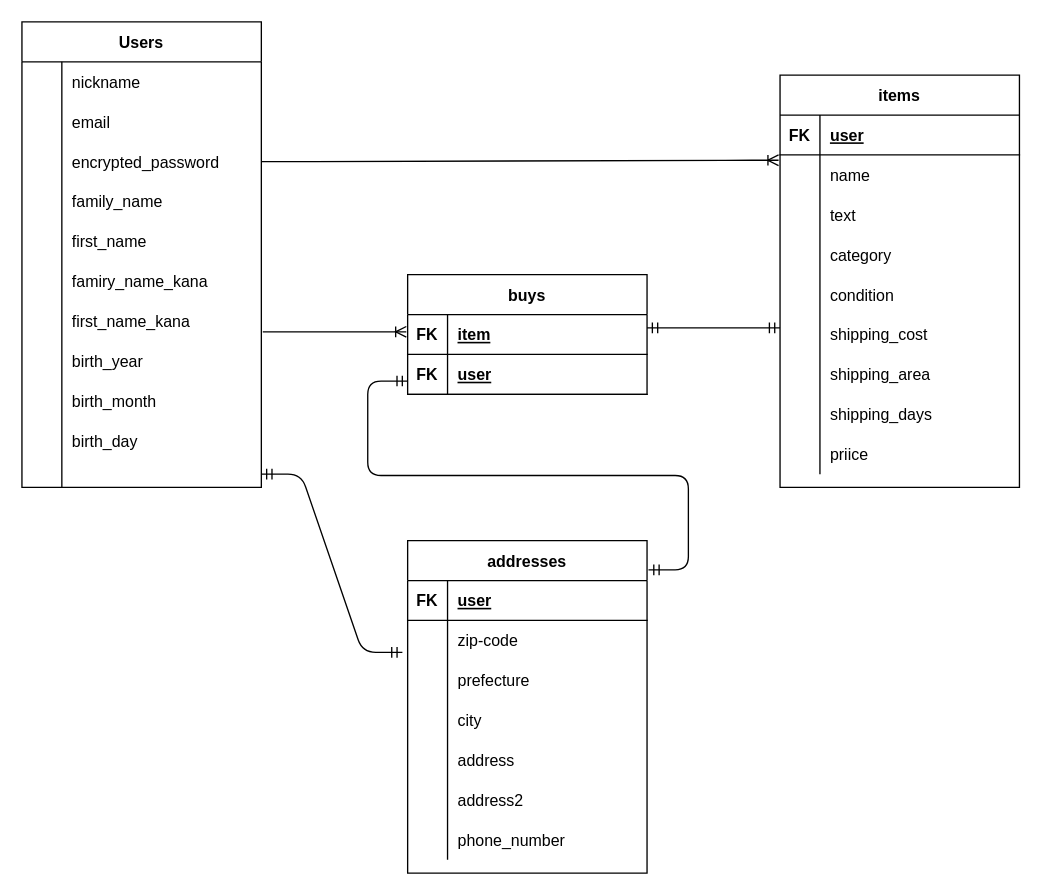
Before: furima.dio in sryuri/furima-36995, a draw.io diagram. Source tidied: cells renumbered, new cells numbered last; positions are measured from the earlier drawing's top-left corner, leaving out a move shared by most shapes. Both pictures are drawn from the tidied source at 133%, with x=0, y=0 at pixel (21, 21).
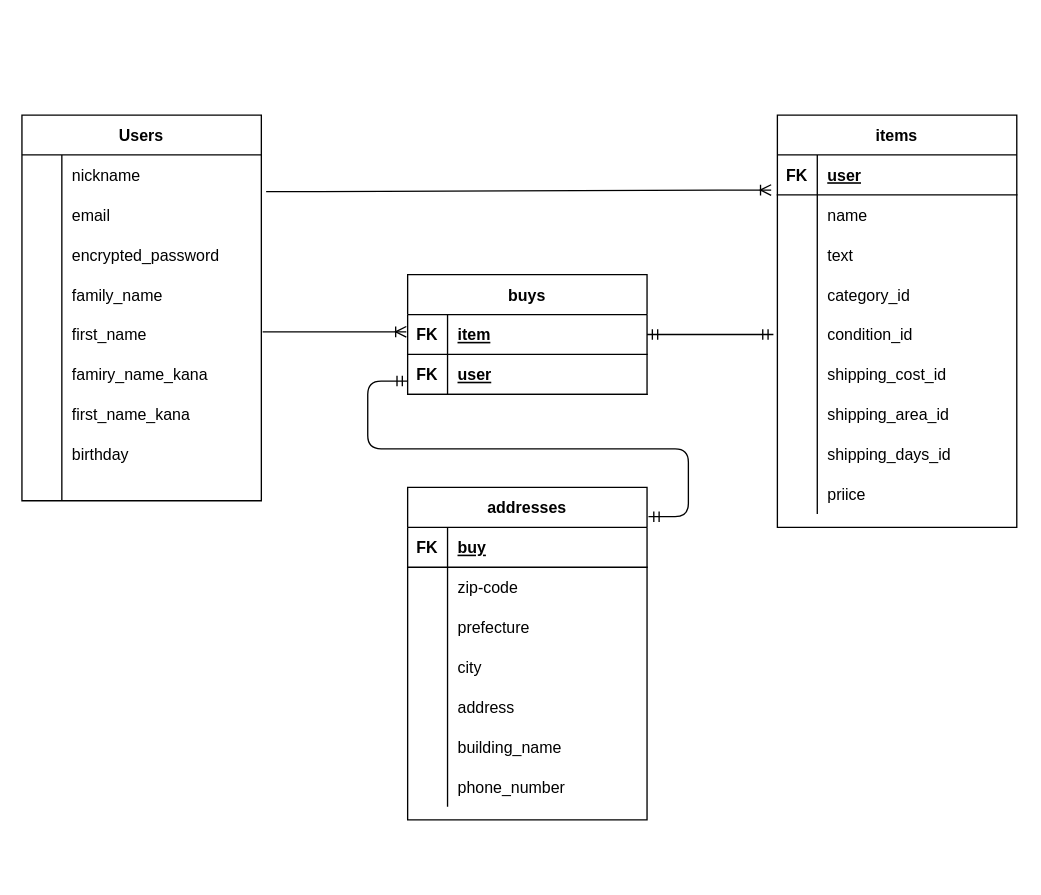
After the change.

The change refers to these unchanged cells:
```xml
<mxCell id="6" style="shape=partialRectangle;fillColor=none;top=0;left=0;bottom=0;right=0;points=[[0,0.5],[1,0.5]];portConstraint=eastwest;" parent="2" vertex="1">
  <mxGeometry y="60" width="180" height="30" as="geometry" />
</mxCell>
<mxCell id="9" style="shape=partialRectangle;fillColor=none;top=0;left=0;bottom=0;right=0;points=[[0,0.5],[1,0.5]];portConstraint=eastwest;" parent="2" vertex="1">
  <mxGeometry y="90" width="180" height="30" as="geometry" />
</mxCell>
<mxCell id="21" style="shape=partialRectangle;fillColor=none;top=0;left=0;bottom=0;right=0;points=[[0,0.5],[1,0.5]];portConstraint=eastwest;" parent="2" vertex="1">
  <mxGeometry y="210" width="180" height="30" as="geometry" />
</mxCell>
<mxCell id="24" style="shape=partialRectangle;fillColor=none;top=0;left=0;bottom=0;right=0;" parent="2" vertex="1">
  <mxGeometry y="240" width="180" height="30" as="geometry" />
</mxCell>
<mxCell id="37" style="shape=partialRectangle;fillColor=none;top=0;left=0;bottom=1;right=0;" parent="36" vertex="1">
  <mxGeometry y="30" width="180" height="30" as="geometry" />
</mxCell>
<mxCell id="40" style="shape=partialRectangle;fillColor=none;top=0;left=0;bottom=0;right=0;points=[[0,0.5],[1,0.5]];portConstraint=eastwest;" parent="36" vertex="1">
  <mxGeometry y="60" width="180" height="30" as="geometry" />
</mxCell>
<mxCell id="52" style="shape=partialRectangle;fillColor=none;top=0;left=0;bottom=0;right=0;" parent="36" vertex="1">
  <mxGeometry y="180" width="180" height="30" as="geometry" />
</mxCell>
<mxCell id="62" style="shape=partialRectangle;fillColor=none;top=0;left=0;bottom=0;right=0;points=[[0,0.5],[1,0.5]];portConstraint=eastwest;" parent="58" vertex="1">
  <mxGeometry y="60" width="180" height="30" as="geometry" />
</mxCell>
<mxCell id="68" style="shape=partialRectangle;fillColor=none;top=0;left=0;bottom=0;right=0;" parent="58" vertex="1">
  <mxGeometry y="120" width="180" height="30" as="geometry" />
</mxCell>
<mxCell id="71" style="shape=partialRectangle;fillColor=none;top=0;left=0;bottom=0;right=0;" parent="58" vertex="1">
  <mxGeometry y="150" width="180" height="30" as="geometry" />
</mxCell>
<mxCell id="74" style="shape=partialRectangle;fillColor=none;top=0;left=0;bottom=0;right=0;" parent="58" vertex="1">
  <mxGeometry y="180" width="180" height="30" as="geometry" />
</mxCell>
<mxCell id="77" style="shape=partialRectangle;fillColor=none;top=0;left=0;bottom=0;right=0;" parent="58" vertex="1">
  <mxGeometry y="210" width="180" height="30" as="geometry" />
</mxCell>
<mxCell id="80" style="shape=partialRectangle;fillColor=none;top=0;left=0;bottom=0;right=0;" parent="58" vertex="1">
  <mxGeometry y="240" width="180" height="30" as="geometry" />
</mxCell>
<mxCell id="87" style="shape=partialRectangle;fillColor=none;top=0;left=0;bottom=1;right=0;points=[[0,0.5],[1,0.5]];portConstraint=eastwest;" parent="86" vertex="1">
  <mxGeometry y="30" width="180" height="30" as="geometry" />
</mxCell>
```

Diff of the diagram source:
```diff
@@
     <mxCell id="2" value="Users" style="shape=table;startSize=30;childLayout=tableLayout;rowLines=0;fontStyle=1;align=center;" parent="1" vertex="1">
-      <mxGeometry width="180" height="350" as="geometry" />
+      <mxGeometry y="70" width="180" height="290" as="geometry" />
     </mxCell>
@@
-    <mxCell id="26" value="birth_year" style="shape=partialRectangle;fillColor=none;top=0;left=0;bottom=0;right=0;align=left;spacingLeft=6;overflow=hidden;" parent="24" vertex="1">
+    <mxCell id="26" value="birthday" style="shape=partialRectangle;fillColor=none;top=0;left=0;bottom=0;right=0;align=left;spacingLeft=6;overflow=hidden;" parent="24" vertex="1">
       <mxGeometry x="30" width="150" height="30" as="geometry" />
     </mxCell>
-    <mxCell id="27" style="shape=partialRectangle;fillColor=none;top=0;left=0;bottom=0;right=0;" parent="2" vertex="1">
-      <mxGeometry y="270" width="180" height="30" as="geometry" />
-    </mxCell>
-    <mxCell id="28" style="shape=partialRectangle;fillColor=none;top=0;left=0;bottom=0;right=0;overflow=hidden;" parent="27" vertex="1">
-      <mxGeometry width="30" height="30" as="geometry" />
-    </mxCell>
-    <mxCell id="29" value="birth_month" style="shape=partialRectangle;fillColor=none;top=0;left=0;bottom=0;right=0;align=left;spacingLeft=6;overflow=hidden;" parent="27" vertex="1">
-      <mxGeometry x="30" width="150" height="30" as="geometry" />
-    </mxCell>
-    <mxCell id="30" style="shape=partialRectangle;fillColor=none;top=0;left=0;bottom=0;right=0;" parent="2" vertex="1">
-      <mxGeometry y="300" width="180" height="30" as="geometry" />
-    </mxCell>
-    <mxCell id="31" style="shape=partialRectangle;fillColor=none;top=0;left=0;bottom=0;right=0;overflow=hidden;" parent="30" vertex="1">
-      <mxGeometry width="30" height="30" as="geometry" />
-    </mxCell>
-    <mxCell id="32" value="birth_day" style="shape=partialRectangle;fillColor=none;top=0;left=0;bottom=0;right=0;align=left;spacingLeft=6;overflow=hidden;" parent="30" vertex="1">
-      <mxGeometry x="30" width="150" height="30" as="geometry" />
-    </mxCell>
     <mxCell id="33" style="shape=partialRectangle;fillColor=none;top=0;left=0;bottom=0;right=0;points=[[0,0.5],[1,0.5]];portConstraint=eastwest;" parent="2" vertex="1">
-      <mxGeometry y="330" width="180" height="20" as="geometry" />
+      <mxGeometry y="270" width="180" height="20" as="geometry" />
     </mxCell>
@@
     <mxCell id="36" value="addresses" style="shape=table;startSize=30;childLayout=tableLayout;rowLines=0;fontStyle=1;align=center;" parent="1" vertex="1">
-      <mxGeometry x="290" y="390" width="180" height="250" as="geometry" />
+      <mxGeometry x="290" y="350" width="180" height="250" as="geometry" />
     </mxCell>
@@
-    <mxCell id="39" value="user" style="shape=partialRectangle;fillColor=none;top=0;left=0;bottom=0;right=0;align=left;spacingLeft=6;fontStyle=5;overflow=hidden;" parent="37" vertex="1">
+    <mxCell id="39" value="buy" style="shape=partialRectangle;fillColor=none;top=0;left=0;bottom=0;right=0;align=left;spacingLeft=6;fontStyle=5;overflow=hidden;" parent="37" vertex="1">
       <mxGeometry x="30" width="150" height="30" as="geometry" />
     </mxCell>
@@
-    <mxCell id="54" value="address2" style="shape=partialRectangle;fillColor=none;top=0;left=0;bottom=0;right=0;align=left;spacingLeft=6;overflow=hidden;" parent="52" vertex="1">
+    <mxCell id="54" value="building_name" style="shape=partialRectangle;fillColor=none;top=0;left=0;bottom=0;right=0;align=left;spacingLeft=6;overflow=hidden;" parent="52" vertex="1">
       <mxGeometry x="30" width="150" height="30" as="geometry" />
     </mxCell>
@@
     <mxCell id="58" value="items" style="shape=table;startSize=30;childLayout=tableLayout;rowLines=0;fontStyle=1;align=center;" parent="1" vertex="1">
-      <mxGeometry x="570" y="40" width="180" height="310" as="geometry" />
+      <mxGeometry x="568" y="70" width="180" height="310" as="geometry" />
     </mxCell>
@@
-    <mxCell id="70" value="category" style="shape=partialRectangle;fillColor=none;top=0;left=0;bottom=0;right=0;align=left;spacingLeft=6;overflow=hidden;" parent="68" vertex="1">
+    <mxCell id="70" value="category_id" style="shape=partialRectangle;fillColor=none;top=0;left=0;bottom=0;right=0;align=left;spacingLeft=6;overflow=hidden;" parent="68" vertex="1">
       <mxGeometry x="30" width="150" height="30" as="geometry" />
     </mxCell>
@@
-    <mxCell id="73" value="condition" style="shape=partialRectangle;fillColor=none;top=0;left=0;bottom=0;right=0;align=left;spacingLeft=6;overflow=hidden;" parent="71" vertex="1">
+    <mxCell id="73" value="condition_id" style="shape=partialRectangle;fillColor=none;top=0;left=0;bottom=0;right=0;align=left;spacingLeft=6;overflow=hidden;" parent="71" vertex="1">
       <mxGeometry x="30" width="150" height="30" as="geometry" />
     </mxCell>
@@
-    <mxCell id="76" value="shipping_cost" style="shape=partialRectangle;fillColor=none;top=0;left=0;bottom=0;right=0;align=left;spacingLeft=6;overflow=hidden;" parent="74" vertex="1">
+    <mxCell id="76" value="shipping_cost_id" style="shape=partialRectangle;fillColor=none;top=0;left=0;bottom=0;right=0;align=left;spacingLeft=6;overflow=hidden;" parent="74" vertex="1">
       <mxGeometry x="30" width="150" height="30" as="geometry" />
     </mxCell>
@@
-    <mxCell id="79" value="shipping_area" style="shape=partialRectangle;fillColor=none;top=0;left=0;bottom=0;right=0;align=left;spacingLeft=6;overflow=hidden;" parent="77" vertex="1">
+    <mxCell id="79" value="shipping_area_id" style="shape=partialRectangle;fillColor=none;top=0;left=0;bottom=0;right=0;align=left;spacingLeft=6;overflow=hidden;" parent="77" vertex="1">
       <mxGeometry x="30" width="150" height="30" as="geometry" />
     </mxCell>
@@
-    <mxCell id="82" value="shipping_days" style="shape=partialRectangle;fillColor=none;top=0;left=0;bottom=0;right=0;align=left;spacingLeft=6;overflow=hidden;" parent="80" vertex="1">
+    <mxCell id="82" value="shipping_days_id" style="shape=partialRectangle;fillColor=none;top=0;left=0;bottom=0;right=0;align=left;spacingLeft=6;overflow=hidden;" parent="80" vertex="1">
       <mxGeometry x="30" width="150" height="30" as="geometry" />
     </mxCell>
@@
-    <mxCell id="93" style="edgeStyle=entityRelationEdgeStyle;fontSize=12;html=1;endArrow=ERoneToMany;exitX=1;exitY=0.5;exitDx=0;exitDy=0;entryX=-0.006;entryY=0.2;entryDx=0;entryDy=0;entryPerimeter=0;" parent="1" edge="1" source="9">
-      <mxGeometry relative="1" as="geometry">
-        <mxPoint x="568.9" y="104" as="targetPoint" />
-      </mxGeometry>
+    <mxCell id="93" style="edgeStyle=entityRelationEdgeStyle;fontSize=12;html=1;endArrow=ERoneToMany;exitX=1.02;exitY=-0.08;exitDx=0;exitDy=0;entryX=-0.026;entryY=-0.12;entryDx=0;entryDy=0;entryPerimeter=0;exitPerimeter=0;" parent="1" edge="1" source="6" target="62">
+      <mxGeometry relative="1" as="geometry" />
     </mxCell>
-    <mxCell id="94" style="edgeStyle=entityRelationEdgeStyle;fontSize=12;html=1;endArrow=ERoneToMany;exitX=1.006;exitY=0.767;exitDx=0;exitDy=0;exitPerimeter=0;" parent="1" edge="1" source="21">
+    <mxCell id="94" style="edgeStyle=entityRelationEdgeStyle;fontSize=12;html=1;endArrow=ERoneToMany;" parent="1" edge="1">
       <mxGeometry relative="1" as="geometry">
+        <mxPoint x="181" y="233" as="sourcePoint" />
         <mxPoint x="289" y="233" as="targetPoint" />
       </mxGeometry>
     </mxCell>
-    <mxCell id="95" style="edgeStyle=entityRelationEdgeStyle;fontSize=12;html=1;endArrow=ERmandOne;startArrow=ERmandOne;" parent="1" edge="1">
+    <mxCell id="95" style="edgeStyle=entityRelationEdgeStyle;fontSize=12;html=1;endArrow=ERmandOne;startArrow=ERmandOne;exitX=1;exitY=0.5;exitDx=0;exitDy=0;" parent="1" edge="1" source="87">
       <mxGeometry relative="1" as="geometry">
-        <mxPoint x="470" y="230" as="sourcePoint" />
-        <mxPoint x="570" y="230" as="targetPoint" />
+        <mxPoint x="565" y="235" as="targetPoint" />
       </mxGeometry>
     </mxCell>
-    <mxCell id="96" style="edgeStyle=entityRelationEdgeStyle;fontSize=12;html=1;endArrow=ERmandOne;startArrow=ERmandOne;exitX=1;exitY=0.5;exitDx=0;exitDy=0;entryX=-0.022;entryY=0.8;entryDx=0;entryDy=0;entryPerimeter=0;" parent="1" edge="1" source="33" target="40">
-      <mxGeometry relative="1" as="geometry" />
-    </mxCell>
```
